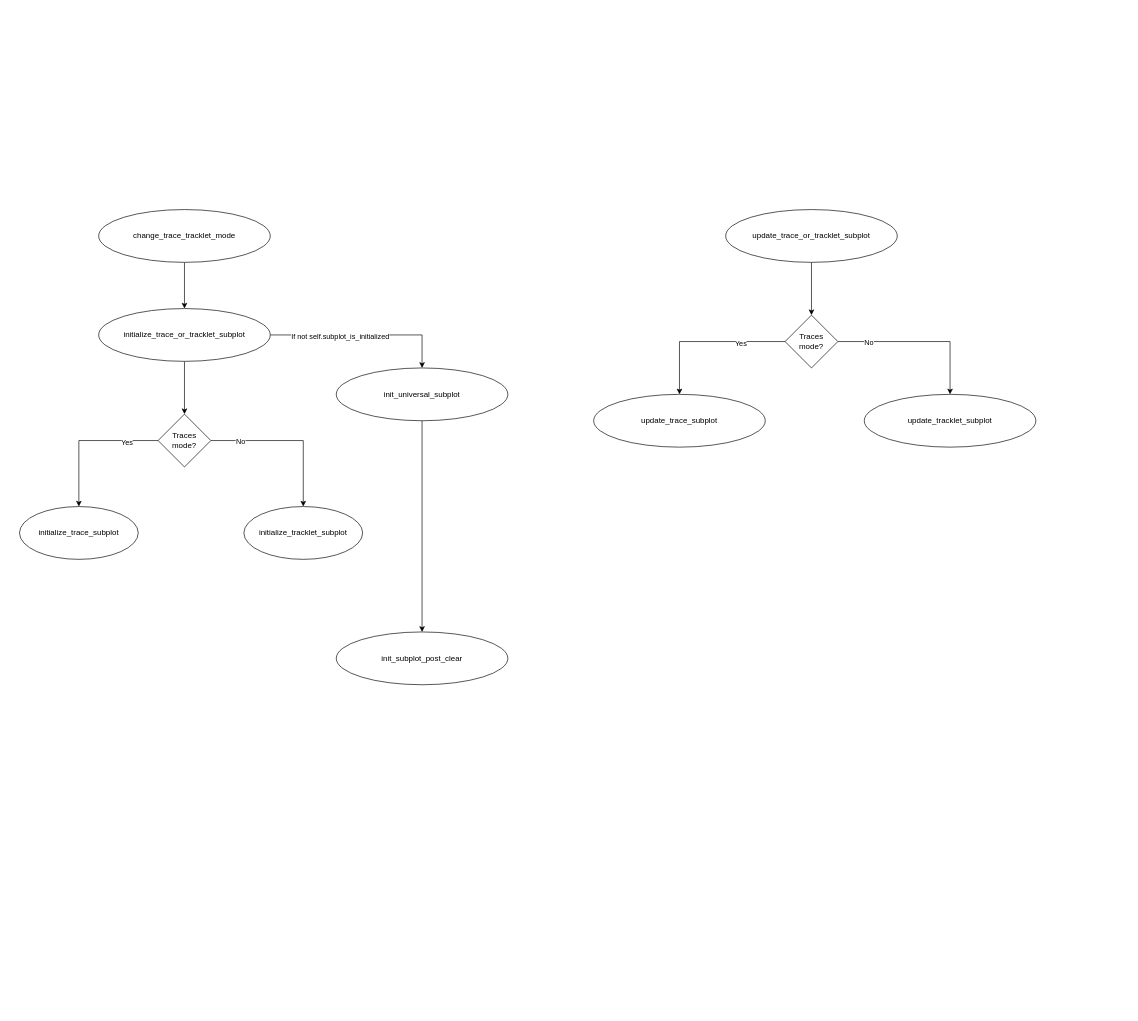
Before: page "trace_subplot_updates" (3 of 3) of docs/napari_trace_explorer_diagram.drawio in ch9nuk9/wbfm, a draw.io diagram. Source tidied: cells renumbered, new cells numbered last; positions are measured from the earlier drawing's top-left corner, leaving out a move shared by most shapes. Both pictures are drawn from the tidied source at 66%, with x=0, y=0 at pixel (19, 209).
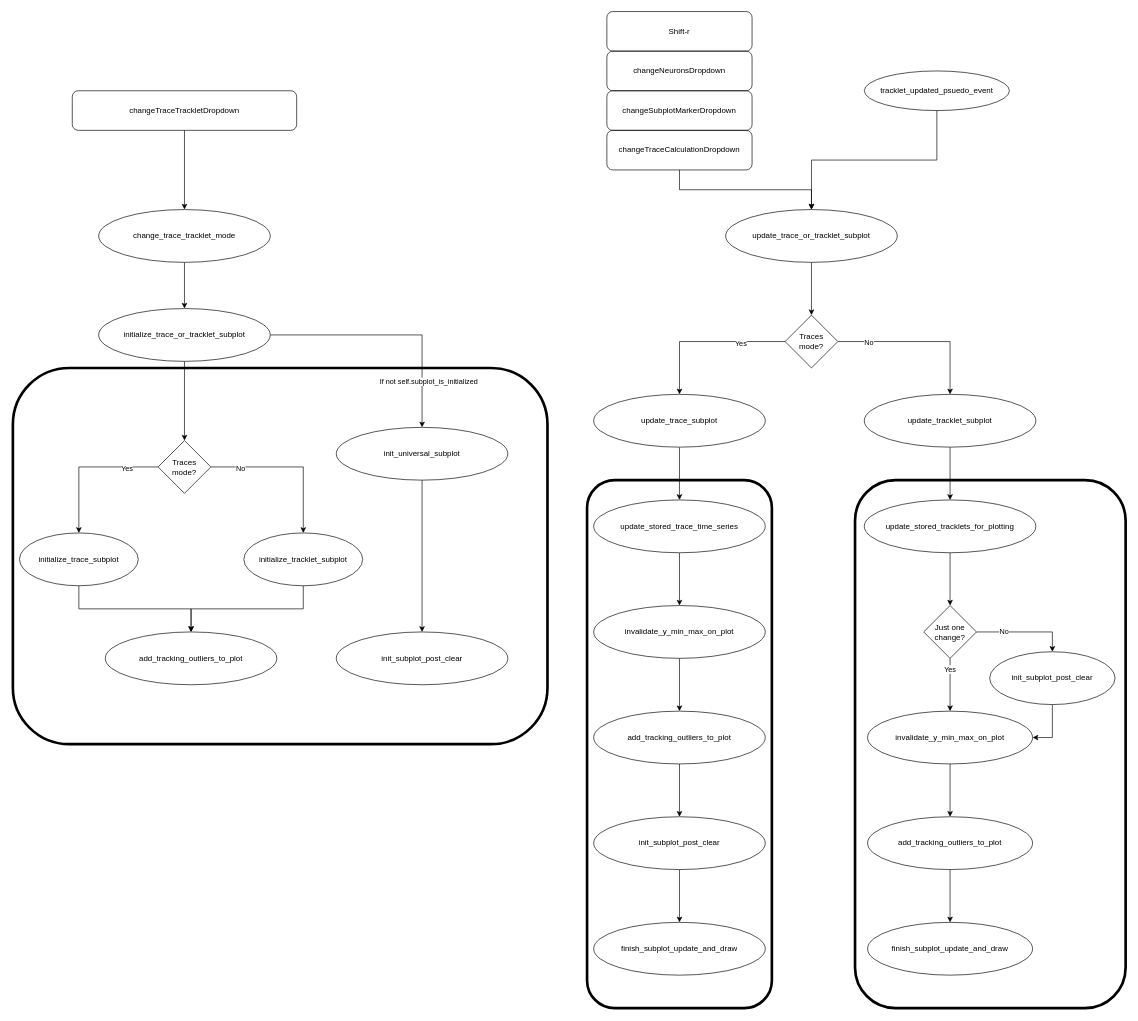
The same diagram, later.

Commit message (it also covers changes not shown here):
Refactor subplot title generation

The change refers to these unchanged cells:
```xml
<mxCell id="4" style="edgeStyle=orthogonalEdgeStyle;rounded=0;jettySize=auto;html=1;exitX=1;exitY=0.5;exitDx=0;exitDy=0;entryX=0.5;entryY=0;entryDx=0;entryDy=0;" parent="1" edge="1" source="7" target="3">
  <mxGeometry relative="1" as="geometry" />
</mxCell>
<mxCell id="17" value="change_trace_tracklet_mode" style="ellipse;whiteSpace=wrap;html=1;" parent="1" vertex="1">
  <mxGeometry x="120" width="260" height="80" as="geometry" />
</mxCell>
<mxCell id="19" value="update_trace_or_tracklet_subplot" style="ellipse;whiteSpace=wrap;html=1;" parent="1" vertex="1">
  <mxGeometry x="1070" width="260" height="80" as="geometry" />
</mxCell>
<mxCell id="25" value="update_trace_subplot" style="ellipse;whiteSpace=wrap;html=1;" parent="1" vertex="1">
  <mxGeometry x="870" y="280" width="260" height="80" as="geometry" />
</mxCell>
<mxCell id="26" value="update_tracklet_subplot" style="ellipse;whiteSpace=wrap;html=1;" parent="1" vertex="1">
  <mxGeometry x="1280" y="280" width="260" height="80" as="geometry" />
</mxCell>
```

The edit, as a diff of the source:
```diff
@@
+    <mxCell id="27" style="rounded=1;whiteSpace=wrap;html=1;fillColor=none;strokeWidth=4;" parent="1" vertex="1">
+      <mxGeometry x="860" y="410" width="280" height="800" as="geometry" />
+    </mxCell>
+    <mxCell id="28" style="rounded=1;whiteSpace=wrap;html=1;fillColor=none;strokeWidth=4;" parent="1" vertex="1">
+      <mxGeometry x="-10" y="240" width="810" height="570" as="geometry" />
+    </mxCell>
+    <mxCell id="29" style="rounded=1;whiteSpace=wrap;html=1;fillColor=none;strokeWidth=4;" parent="1" vertex="1">
+      <mxGeometry x="1266" y="410" width="410" height="800" as="geometry" />
+    </mxCell>
@@
     <mxCell id="3" value="init_universal_subplot" style="ellipse;whiteSpace=wrap;html=1;" parent="1" vertex="1">
-      <mxGeometry x="480" y="240" width="260" height="80" as="geometry" />
+      <mxGeometry x="480" y="330" width="260" height="80" as="geometry" />
     </mxCell>
@@
     <mxCell id="5" value="If not self.subplot_is_initialized" style="edgeLabel;html=1;align=center;verticalAlign=middle;" parent="4" vertex="1">
-      <mxGeometry x="-0.25" y="-1" relative="1" as="geometry" />
+      <mxGeometry x="-0.25" y="-1" relative="1" as="geometry">
+        <mxPoint x="100" y="69" as="offset" />
+      </mxGeometry>
     </mxCell>
@@
     <mxCell id="12" value="Traces &lt;br&gt;mode?" style="rhombus;whiteSpace=wrap;html=1;" parent="1" vertex="1">
-      <mxGeometry x="210" y="310" width="80" height="80" as="geometry" />
+      <mxGeometry x="210" y="350" width="80" height="80" as="geometry" />
     </mxCell>
+    <mxCell id="30" style="edgeStyle=orthogonalEdgeStyle;rounded=0;jettySize=auto;html=1;" parent="1" edge="1" source="13" target="57">
+      <mxGeometry relative="1" as="geometry" />
+    </mxCell>
     <mxCell id="13" value="initialize_trace_subplot" style="ellipse;whiteSpace=wrap;html=1;fontFamily=Helvetica;fontSize=12;fontColor=default;align=center;strokeColor=default;fillColor=default;" parent="1" vertex="1">
-      <mxGeometry y="450" width="180" height="80" as="geometry" />
+      <mxGeometry y="490" width="180" height="80" as="geometry" />
     </mxCell>
+    <mxCell id="31" style="edgeStyle=orthogonalEdgeStyle;rounded=0;jettySize=auto;html=1;entryX=0.5;entryY=0;entryDx=0;entryDy=0;" parent="1" edge="1" target="57">
+      <mxGeometry relative="1" as="geometry">
+        <mxPoint x="430" y="565" as="sourcePoint" />
+        <Array as="points">
+          <mxPoint x="430" y="605" />
+          <mxPoint x="260" y="605" />
+        </Array>
+      </mxGeometry>
+    </mxCell>
     <mxCell id="14" value="initialize_tracklet_subplot" style="ellipse;whiteSpace=wrap;html=1;fontFamily=Helvetica;fontSize=12;fontColor=default;align=center;strokeColor=default;fillColor=default;" parent="1" vertex="1">
-      <mxGeometry x="340" y="450" width="180" height="80" as="geometry" />
+      <mxGeometry x="340" y="490" width="180" height="80" as="geometry" />
     </mxCell>
@@
+    <mxCell id="32" style="edgeStyle=orthogonalEdgeStyle;rounded=0;jettySize=auto;html=1;" parent="1" edge="1" source="25" target="35">
+      <mxGeometry relative="1" as="geometry" />
+    </mxCell>
@@
+    <mxCell id="33" style="edgeStyle=orthogonalEdgeStyle;rounded=0;jettySize=auto;html=1;" parent="1" edge="1" source="26" target="42">
+      <mxGeometry relative="1" as="geometry" />
+    </mxCell>
@@
+    <mxCell id="34" style="edgeStyle=orthogonalEdgeStyle;rounded=0;jettySize=auto;html=1;" parent="1" edge="1" source="35" target="44">
+      <mxGeometry relative="1" as="geometry" />
+    </mxCell>
+    <mxCell id="35" value="update_stored_trace_time_series" style="ellipse;whiteSpace=wrap;html=1;" parent="1" vertex="1">
+      <mxGeometry x="870" y="440" width="260" height="80" as="geometry" />
+    </mxCell>
+    <mxCell id="36" style="edgeStyle=orthogonalEdgeStyle;rounded=0;jettySize=auto;html=1;" parent="1" edge="1" source="37" target="39">
+      <mxGeometry relative="1" as="geometry" />
+    </mxCell>
+    <mxCell id="37" value="add_tracking_outliers_to_plot" style="ellipse;whiteSpace=wrap;html=1;" parent="1" vertex="1">
+      <mxGeometry x="870" y="760" width="260" height="80" as="geometry" />
+    </mxCell>
+    <mxCell id="38" style="edgeStyle=orthogonalEdgeStyle;rounded=0;jettySize=auto;html=1;" parent="1" edge="1" source="39" target="40">
+      <mxGeometry relative="1" as="geometry" />
+    </mxCell>
+    <mxCell id="39" value="init_subplot_post_clear" style="ellipse;whiteSpace=wrap;html=1;" parent="1" vertex="1">
+      <mxGeometry x="870" y="920" width="260" height="80" as="geometry" />
+    </mxCell>
+    <mxCell id="40" value="finish_subplot_update_and_draw" style="ellipse;whiteSpace=wrap;html=1;" parent="1" vertex="1">
+      <mxGeometry x="870" y="1080" width="260" height="80" as="geometry" />
+    </mxCell>
+    <mxCell id="41" style="edgeStyle=orthogonalEdgeStyle;rounded=0;jettySize=auto;html=1;" parent="1" edge="1" source="42" target="49">
+      <mxGeometry relative="1" as="geometry" />
+    </mxCell>
+    <mxCell id="42" value="update_stored_tracklets_for_plotting" style="ellipse;whiteSpace=wrap;html=1;" parent="1" vertex="1">
+      <mxGeometry x="1280" y="440" width="260" height="80" as="geometry" />
+    </mxCell>
+    <mxCell id="43" style="edgeStyle=orthogonalEdgeStyle;rounded=0;jettySize=auto;html=1;" parent="1" edge="1" source="44" target="37">
+      <mxGeometry relative="1" as="geometry" />
+    </mxCell>
+    <mxCell id="44" value="invalidate_y_min_max_on_plot" style="ellipse;whiteSpace=wrap;html=1;" parent="1" vertex="1">
+      <mxGeometry x="870" y="600" width="260" height="80" as="geometry" />
+    </mxCell>
+    <mxCell id="45" style="edgeStyle=orthogonalEdgeStyle;rounded=0;jettySize=auto;html=1;exitX=1;exitY=0.5;exitDx=0;exitDy=0;entryX=0.5;entryY=0;entryDx=0;entryDy=0;" parent="1" edge="1" source="49" target="51">
+      <mxGeometry relative="1" as="geometry" />
+    </mxCell>
+    <mxCell id="46" value="No" style="edgeLabel;html=1;align=center;verticalAlign=middle;" parent="45" vertex="1">
+      <mxGeometry x="-0.44" y="1" relative="1" as="geometry" />
+    </mxCell>
+    <mxCell id="47" style="edgeStyle=orthogonalEdgeStyle;rounded=0;jettySize=auto;html=1;exitX=0.5;exitY=1;exitDx=0;exitDy=0;entryX=0.5;entryY=0;entryDx=0;entryDy=0;" parent="1" edge="1" source="49" target="53">
+      <mxGeometry relative="1" as="geometry" />
+    </mxCell>
+    <mxCell id="48" value="Yes" style="edgeLabel;html=1;align=center;verticalAlign=middle;" parent="47" vertex="1">
+      <mxGeometry x="-0.61" y="-1" relative="1" as="geometry" />
+    </mxCell>
+    <mxCell id="49" value="Just one change?" style="rhombus;whiteSpace=wrap;html=1;" parent="1" vertex="1">
+      <mxGeometry x="1370" y="600" width="80" height="80" as="geometry" />
+    </mxCell>
+    <mxCell id="50" style="edgeStyle=orthogonalEdgeStyle;rounded=0;jettySize=auto;html=1;exitX=0.5;exitY=1;exitDx=0;exitDy=0;entryX=1;entryY=0.5;entryDx=0;entryDy=0;" parent="1" edge="1" source="51" target="53">
+      <mxGeometry relative="1" as="geometry" />
+    </mxCell>
+    <mxCell id="51" value="init_subplot_post_clear" style="ellipse;whiteSpace=wrap;html=1;fontFamily=Helvetica;fontSize=12;fontColor=default;align=center;strokeColor=default;fillColor=default;" parent="1" vertex="1">
+      <mxGeometry x="1470" y="670" width="190" height="80" as="geometry" />
+    </mxCell>
+    <mxCell id="52" style="edgeStyle=orthogonalEdgeStyle;rounded=0;jettySize=auto;html=1;" parent="1" edge="1" source="53" target="55">
+      <mxGeometry relative="1" as="geometry" />
+    </mxCell>
+    <mxCell id="53" value="invalidate_y_min_max_on_plot" style="ellipse;whiteSpace=wrap;html=1;fontFamily=Helvetica;fontSize=12;fontColor=default;align=center;strokeColor=default;fillColor=default;" parent="1" vertex="1">
+      <mxGeometry x="1285" y="760" width="250" height="80" as="geometry" />
+    </mxCell>
+    <mxCell id="54" style="edgeStyle=orthogonalEdgeStyle;rounded=0;jettySize=auto;html=1;" parent="1" edge="1" source="55" target="56">
+      <mxGeometry relative="1" as="geometry" />
+    </mxCell>
+    <mxCell id="55" value="add_tracking_outliers_to_plot" style="ellipse;whiteSpace=wrap;html=1;fontFamily=Helvetica;fontSize=12;fontColor=default;align=center;strokeColor=default;fillColor=default;" parent="1" vertex="1">
+      <mxGeometry x="1285" y="920" width="250" height="80" as="geometry" />
+    </mxCell>
+    <mxCell id="56" value="finish_subplot_update_and_draw" style="ellipse;whiteSpace=wrap;html=1;fontFamily=Helvetica;fontSize=12;fontColor=default;align=center;strokeColor=default;fillColor=default;" parent="1" vertex="1">
+      <mxGeometry x="1285" y="1080" width="250" height="80" as="geometry" />
+    </mxCell>
+    <mxCell id="57" value="add_tracking_outliers_to_plot" style="ellipse;whiteSpace=wrap;html=1;" parent="1" vertex="1">
+      <mxGeometry x="130" y="640" width="260" height="80" as="geometry" />
+    </mxCell>
+    <mxCell id="58" style="edgeStyle=orthogonalEdgeStyle;rounded=0;jettySize=auto;html=1;" parent="1" edge="1" source="59" target="17">
+      <mxGeometry relative="1" as="geometry" />
+    </mxCell>
+    <mxCell id="59" value="changeTraceTrackletDropdown" style="rounded=1;whiteSpace=wrap;html=1;strokeWidth=1;fillColor=none;" parent="1" vertex="1">
+      <mxGeometry x="80" y="-180" width="340" height="60" as="geometry" />
+    </mxCell>
+    <mxCell id="60" value="changeSubplotMarkerDropdown" style="rounded=1;whiteSpace=wrap;html=1;strokeWidth=1;fillColor=none;" parent="1" vertex="1">
+      <mxGeometry x="890" y="-180" width="220" height="60" as="geometry" />
+    </mxCell>
+    <mxCell id="61" style="edgeStyle=orthogonalEdgeStyle;rounded=0;jettySize=auto;html=1;" parent="1" edge="1" source="62" target="19">
+      <mxGeometry relative="1" as="geometry" />
+    </mxCell>
+    <mxCell id="62" value="changeTraceCalculationDropdown" style="rounded=1;whiteSpace=wrap;html=1;strokeWidth=1;fillColor=none;" parent="1" vertex="1">
+      <mxGeometry x="890" y="-120" width="220" height="60" as="geometry" />
+    </mxCell>
+    <mxCell id="63" value="changeNeuronsDropdown" style="rounded=1;whiteSpace=wrap;html=1;strokeWidth=1;fillColor=none;" parent="1" vertex="1">
+      <mxGeometry x="890" y="-240" width="220" height="60" as="geometry" />
+    </mxCell>
+    <mxCell id="64" style="edgeStyle=orthogonalEdgeStyle;rounded=0;jettySize=auto;html=1;" parent="1" edge="1" source="65" target="19">
+      <mxGeometry relative="1" as="geometry" />
+    </mxCell>
+    <mxCell id="65" value="tracklet_updated_psuedo_event" style="ellipse;whiteSpace=wrap;html=1;fontFamily=Helvetica;fontSize=12;fontColor=default;align=center;strokeColor=default;strokeWidth=1;fillColor=none;" parent="1" vertex="1">
+      <mxGeometry x="1280" y="-210" width="220" height="60" as="geometry" />
+    </mxCell>
+    <mxCell id="66" value="Shift-r" style="rounded=1;whiteSpace=wrap;html=1;strokeWidth=1;fillColor=none;" parent="1" vertex="1">
+      <mxGeometry x="890" y="-300" width="220" height="60" as="geometry" />
+    </mxCell>
```
